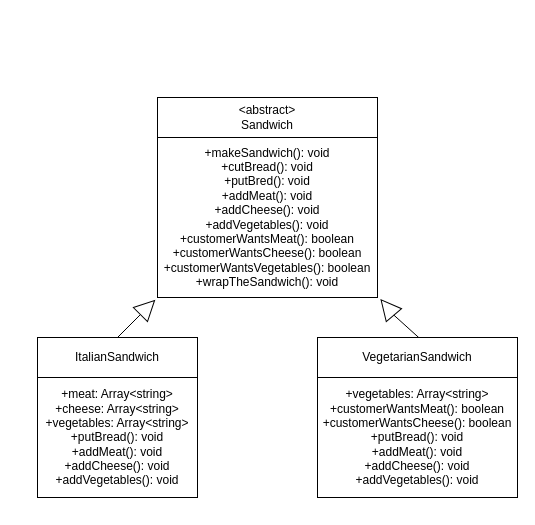
Before: 3_behaviour/template_method/template.drawio in plnnsimon/patterns, a draw.io diagram. Source tidied: cells renumbered, new cells numbered last; positions are measured from the earlier drawing's top-left corner, leaving out a move shared by most shapes. Both pictures are drawn from the tidied source at 100%, with x=0, y=0 at pixel (37, 97).
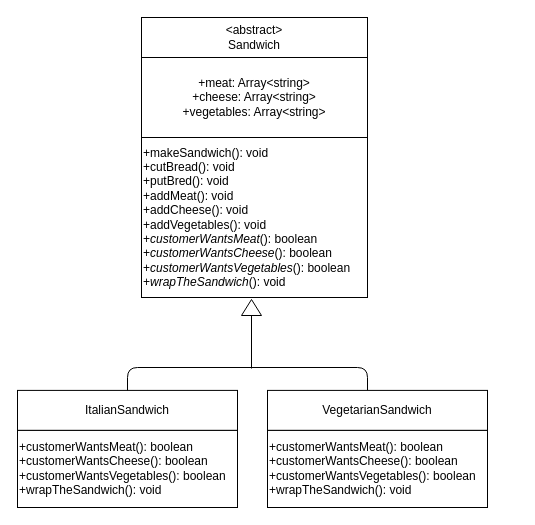
After the change.

The edit, as a diff of the source:
```diff
@@
 <mxGraphModel>
   <root>
     <mxCell id="0" />
     <mxCell id="1" parent="0" />
     <mxCell id="2" value="&amp;lt;abstract&amp;gt;&lt;br&gt;Sandwich" style="rounded=0;whiteSpace=wrap;html=1;" parent="1" vertex="1">
-      <mxGeometry x="120" width="220" height="40" as="geometry" />
+      <mxGeometry x="104" y="-80" width="226" height="40" as="geometry" />
     </mxCell>
-    <mxCell id="3" value="+makeSandwich(): void&lt;br&gt;+cutBread(): void&lt;br&gt;+putBred(): void&lt;br&gt;+addMeat(): void&lt;br&gt;+addCheese(): void&lt;br&gt;+addVegetables(): void&lt;br&gt;+customerWantsMeat(): boolean&lt;br&gt;+customerWantsCheese(): boolean&lt;br&gt;+customerWantsVegetables(): boolean&lt;br&gt;+wrapTheSandwich(): void" style="rounded=0;whiteSpace=wrap;html=1;" parent="1" vertex="1">
-      <mxGeometry x="120" y="40" width="220" height="160" as="geometry" />
+    <mxCell id="3" value="+makeSandwich(): void&lt;br&gt;+cutBread(): void&lt;br&gt;+putBred(): void&lt;br&gt;+addMeat(): void&lt;br&gt;+addCheese(): void&lt;br&gt;+addVegetables(): void&lt;br&gt;+&lt;i&gt;customerWantsMeat&lt;/i&gt;(): boolean&lt;br&gt;+&lt;i&gt;customerWantsCheese&lt;/i&gt;(): boolean&lt;br&gt;+&lt;i&gt;customerWantsVegetables&lt;/i&gt;(): boolean&lt;br&gt;+&lt;i&gt;wrapTheSandwich&lt;/i&gt;(): void" style="rounded=0;whiteSpace=wrap;html=1;align=left;" parent="1" vertex="1">
+      <mxGeometry x="104" y="40" width="226" height="160" as="geometry" />
     </mxCell>
     <mxCell id="4" value="ItalianSandwich" style="rounded=0;whiteSpace=wrap;html=1;" parent="1" vertex="1">
-      <mxGeometry y="240" width="160" height="40" as="geometry" />
+      <mxGeometry x="-20" y="292.9" width="220" height="40" as="geometry" />
     </mxCell>
-    <mxCell id="5" value="+meat: Array&amp;lt;string&amp;gt;&lt;br&gt;+cheese: Array&amp;lt;string&amp;gt;&lt;br&gt;+vegetables: Array&amp;lt;string&amp;gt;&lt;br&gt;+putBread(): void&lt;br&gt;+addMeat(): void&lt;br&gt;+addCheese(): void&lt;br&gt;+addVegetables(): void" style="rounded=0;whiteSpace=wrap;html=1;" parent="1" vertex="1">
-      <mxGeometry y="280" width="160" height="120" as="geometry" />
+    <mxCell id="5" value="+customerWantsMeat(): boolean&lt;br&gt;+customerWantsCheese(): boolean&lt;br&gt;+customerWantsVegetables(): boolean&lt;br&gt;+wrapTheSandwich(): void" style="rounded=0;whiteSpace=wrap;html=1;align=left;" parent="1" vertex="1">
+      <mxGeometry x="-20" y="332.9" width="220" height="77.1" as="geometry" />
     </mxCell>
+    <mxCell id="8" style="endArrow=none;html=1;entryX=0.5;entryY=0;entryDx=0;entryDy=0;exitX=0.5;exitY=0;exitDx=0;exitDy=0;" parent="1" edge="1" source="4">
+      <mxGeometry relative="1" as="geometry">
+        <mxPoint x="330" y="292.9" as="targetPoint" />
+        <Array as="points">
+          <mxPoint x="90" y="270" />
+          <mxPoint x="330" y="270" />
+        </Array>
+      </mxGeometry>
+    </mxCell>
+    <mxCell id="11" style="endArrow=none;html=1;exitX=0;exitY=0.5;exitDx=0;exitDy=0;" parent="1" edge="1" source="12">
+      <mxGeometry relative="1" as="geometry">
+        <mxPoint x="214" y="271" as="targetPoint" />
+      </mxGeometry>
+    </mxCell>
+    <mxCell id="12" style="triangle;whiteSpace=wrap;html=1;rotation=-90;" parent="1" vertex="1">
+      <mxGeometry x="206" y="200" width="16" height="20" as="geometry" />
+    </mxCell>
+    <mxCell id="13" value="+meat: Array&amp;lt;string&amp;gt;&lt;br&gt;+cheese: Array&amp;lt;string&amp;gt;&lt;br&gt;+vegetables: Array&amp;lt;string&amp;gt;" style="rounded=0;whiteSpace=wrap;html=1;" parent="1" vertex="1">
+      <mxGeometry x="104" y="-40" width="226" height="80" as="geometry" />
+    </mxCell>
     <mxCell id="6" value="VegetarianSandwich" style="rounded=0;whiteSpace=wrap;html=1;" parent="1" vertex="1">
-      <mxGeometry x="280" y="240" width="200" height="40" as="geometry" />
+      <mxGeometry x="230" y="292.9" width="220" height="40" as="geometry" />
     </mxCell>
-    <mxCell id="7" value="+vegetables: Array&amp;lt;string&amp;gt;&lt;br&gt;+customerWantsMeat(): boolean&lt;br&gt;+customerWantsCheese(): boolean&lt;br&gt;+putBread(): void&lt;br&gt;+addMeat(): void&lt;br&gt;+addCheese(): void&lt;br&gt;+addVegetables(): void" style="rounded=0;whiteSpace=wrap;html=1;" parent="1" vertex="1">
-      <mxGeometry x="280" y="280" width="200" height="120" as="geometry" />
-    </mxCell>
-    <mxCell id="8" style="endArrow=none;html=1;entryX=0;entryY=0.5;entryDx=0;entryDy=0;" parent="1" edge="1" target="9">
-      <mxGeometry relative="1" as="geometry">
-        <mxPoint x="80" y="240" as="sourcePoint" />
-      </mxGeometry>
-    </mxCell>
-    <mxCell id="9" style="triangle;whiteSpace=wrap;html=1;rotation=-45;" parent="1" vertex="1">
-      <mxGeometry x="100" y="200" width="20" height="20" as="geometry" />
-    </mxCell>
-    <mxCell id="10" style="triangle;whiteSpace=wrap;html=1;rotation=-130;" parent="1" vertex="1">
-      <mxGeometry x="340" y="200" width="20" height="20" as="geometry" />
-    </mxCell>
-    <mxCell id="11" style="endArrow=none;html=1;entryX=0;entryY=0.5;entryDx=0;entryDy=0;exitX=0.507;exitY=0.005;exitDx=0;exitDy=0;exitPerimeter=0;" parent="1" edge="1" source="6" target="10">
-      <mxGeometry relative="1" as="geometry" />
-    </mxCell>
+    <mxCell id="14" value="+customerWantsMeat(): boolean&lt;br&gt;+customerWantsCheese(): boolean&lt;br&gt;+customerWantsVegetables(): boolean&lt;br&gt;+wrapTheSandwich(): void" style="rounded=0;whiteSpace=wrap;html=1;align=left;" parent="1" vertex="1">
+      <mxGeometry x="230" y="332.9" width="220" height="77.1" as="geometry" />
+    </mxCell>
   </root>
 </mxGraphModel>
```
